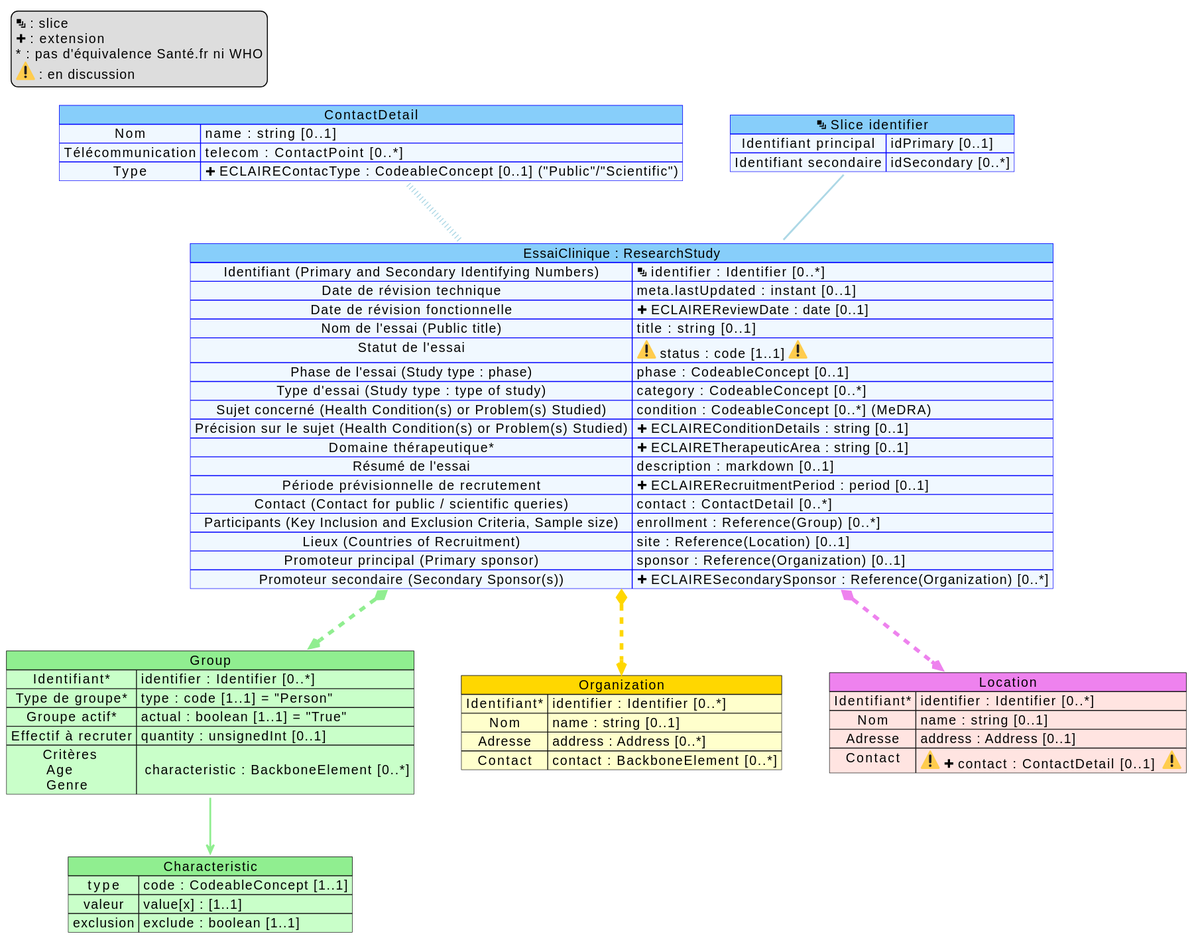
This is ig/main/mappingResearchStudy.svg from ansforge/essais-cliniques, a PlantUML export, as it was before one commit.
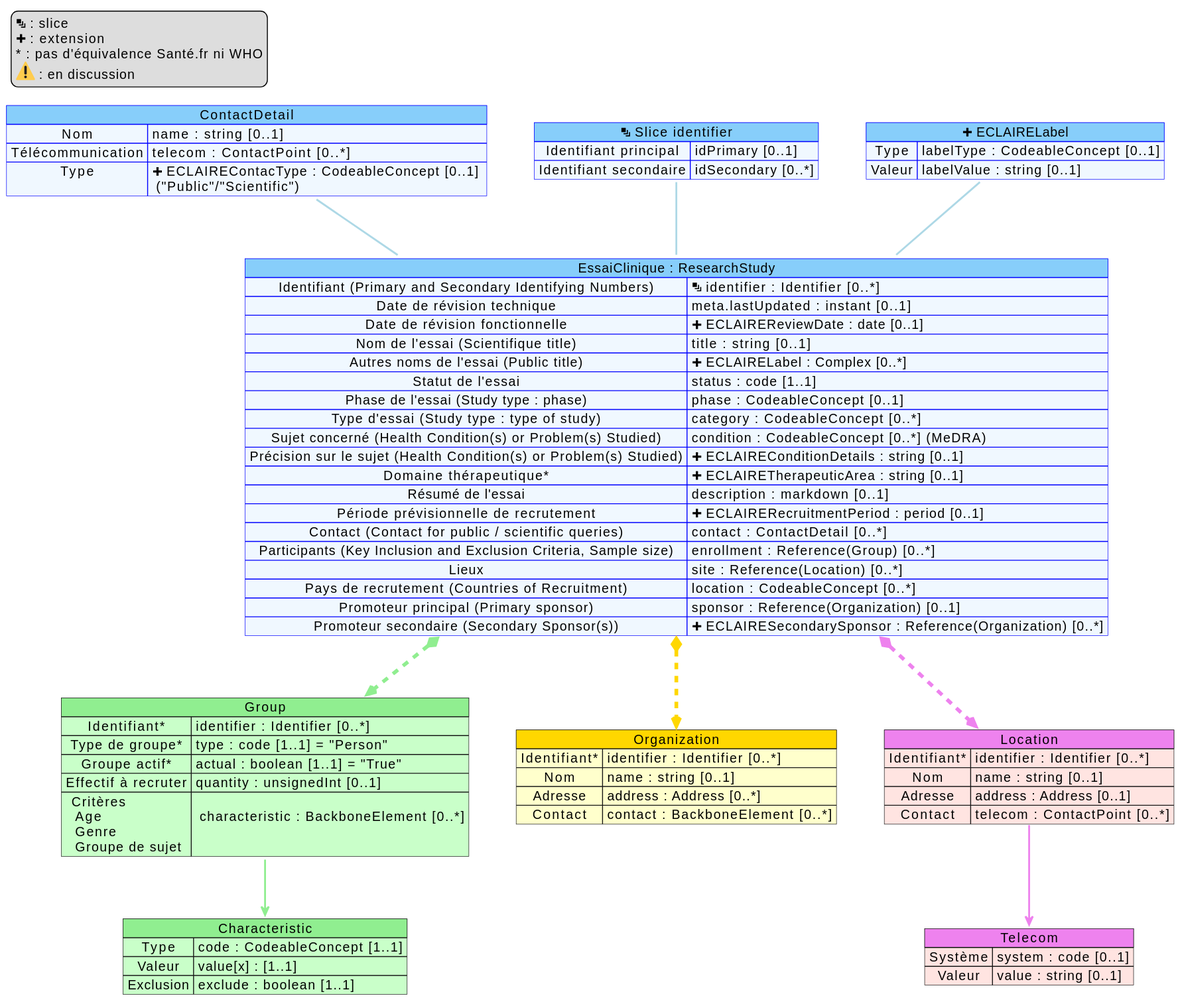
The same diagram one commit later.

Diff of the diagram source:
```diff
@@ -2,7 +2,7 @@
 map "ContactDetail" as Contact #back:AliceBlue;header:LightSkyBlue;line:blue {
     Nom => name :  string [0..1]
     Télécommunication => telecom :  ContactPoint [0..*]
-    Type => <&plus> ECLAIREContacType :  CodeableConcept [0..1] ("Public"/"Scientific")
+    Type => <&plus> ECLAIREContacType :  CodeableConcept [0..1] \n ("Public"/"Scientific")
 }
 
 map "<&layers> Slice identifier" as slice_identifier #back:AliceBlue;header:LightSkyBlue;line:blue {
@@ -10,18 +10,23 @@
     Identifiant secondaire => idSecondary [0..*]
 }
 
+map "<&plus> ECLAIRELabel" as label #back:AliceBlue;header:LightSkyBlue;line:blue {
+    Type => labelType : CodeableConcept [0..1]
+    Valeur => labelValue : string [0..1]
+}
+
 map "Group" as Group #back:TECHNOLOGY;header:LightGreen {
     Identifiant* => identifier : Identifier [0..*]
     Type de groupe* => type : code [1..1] = "Person"
     Groupe actif* => actual : boolean [1..1] = "True"
     Effectif à recruter => quantity : unsignedInt [0..1]
-    Critères \n Age \n Genre => \n characteristic : BackboneElement [0..*]
+    Critères \n Age \n Genre \n Groupe de sujet => \n characteristic : BackboneElement [0..*]
 }
 
 map "Characteristic" as Characteristic #back:TECHNOLOGY;header:LightGreen {
-    type  => code : CodeableConcept [1..1]
-    valeur => value[x] : [1..1]
-    exclusion => exclude : boolean [1..1]
+    Type  => code : CodeableConcept [1..1]
+    Valeur => value[x] : [1..1]
+    Exclusion => exclude : boolean [1..1]
 }
 
 map "Organization" as Organization #back:BUSINESS;header:Gold {
@@ -35,15 +40,21 @@
     Identifiant* => identifier : Identifier [0..*]
     Nom => name : string [0..1]
     Adresse => address : Address [0..1]
-    Contact => <:warning:> <&plus> contact : ContactDetail [0..1]  <:warning:>
+    Contact => telecom : ContactPoint [0..*]
+}
+
+map "Telecom" as Telecom #back:MistyRose;header:Violet {
+    Système  => system : code [0..1]
+    Valeur => value : string [0..1]
 }
 
 map "EssaiClinique : ResearchStudy" as RS #back:AliceBlue;header:LightSkyBlue;line:blue {
     Identifiant (Primary and Secondary Identifying Numbers) => <&layers> identifier : Identifier [0..*]
     Date de révision technique => meta.lastUpdated : instant [0..1]
     Date de révision fonctionnelle => <&plus> ECLAIREReviewDate : date [0..1]
-    Nom de l'essai (Public title) => title : string [0..1]
-    Statut de l'essai => <:warning:> status : code [1..1] <:warning:>
+    Nom de l'essai (Scientifique title) => title : string [0..1]
+    Autres noms de l'essai (Public title) => <&plus> ECLAIRELabel : Complex [0..*]
+    Statut de l'essai => status : code [1..1]
     Phase de l'essai (Study type : phase) => phase : CodeableConcept [0..1]
     Type d'essai (Study type : type of study) => category : CodeableConcept [0..*]
     Sujet concerné (Health Condition(s) or Problem(s) Studied) => condition : CodeableConcept [0..*] (MeDRA)
@@ -53,22 +64,25 @@
     Période prévisionnelle de recrutement => <&plus> ECLAIRERecruitmentPeriod : period [0..1]
     Contact (Contact for public / scientific queries) => contact : ContactDetail [0..*]
     Participants (Key Inclusion and Exclusion Criteria, Sample size) => enrollment : Reference(Group) [0..*]
-    Lieux (Countries of Recruitment) => site : Reference(Location) [0..1]
+    Lieux => site : Reference(Location) [0..*]
+    Pays de recrutement (Countries of Recruitment) => location : CodeableConcept [0..*]
     Promoteur principal (Primary sponsor) => sponsor : Reference(Organization) [0..1]
     Promoteur secondaire (Secondary Sponsor(s)) => <&plus> ECLAIRESecondarySponsor  : Reference(Organization) [0..*]
 }
 
 
-RS::Lieux *-[#Violet,dashed,thickness=4]-> Location
-RS::Participants *-[#LightGreen,dashed,thickness=4]-> Group
-RS::Promoteur *-[#Gold,dashed,thickness=4]-> Organization
+RS *-[#Violet,dashed,thickness=4]-> Location
+RS *-[#LightGreen,dashed,thickness=4]-> Group
+RS *-[#Gold,dashed,thickness=4]-> Organization
 
-slice_identifier --[#lightBlue,thickness=2] RS::Identifant
-Contact --[#lightBlue,dotted,thickness=6] RS::Contact
+slice_identifier --[#lightBlue,thickness=2] RS
+Contact --[#lightBlue,thickness=2] RS
+label --[#lightBlue,thickness=2] RS
 
 Group -[hidden] Organization
 
 Group::Critères --[#LightGreen,thickness=2]> Characteristic
+Location::Contact --[#Violet,thickness=2]> Telecom
 
 
 legend top left
```
